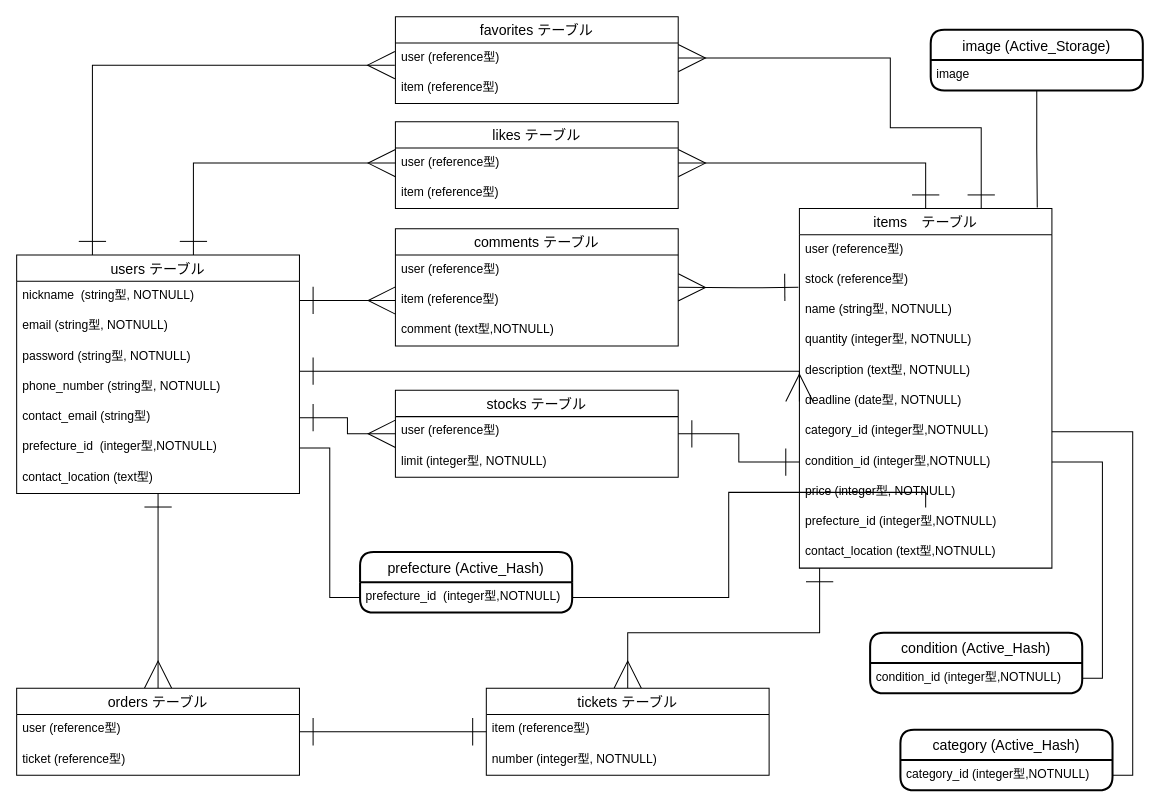
Above: page "ER図" (2 of 3) of jimoshare.dio in Y-h-tomo/jimoshare (draw.io), before the change. Source tidied: cells renumbered, new cells numbered last; positions are measured from the earlier drawing's top-left corner, leaving out a move shared by most shapes. Both pictures are drawn from the tidied source at 101%, with x=0, y=0 at pixel (16, 16).
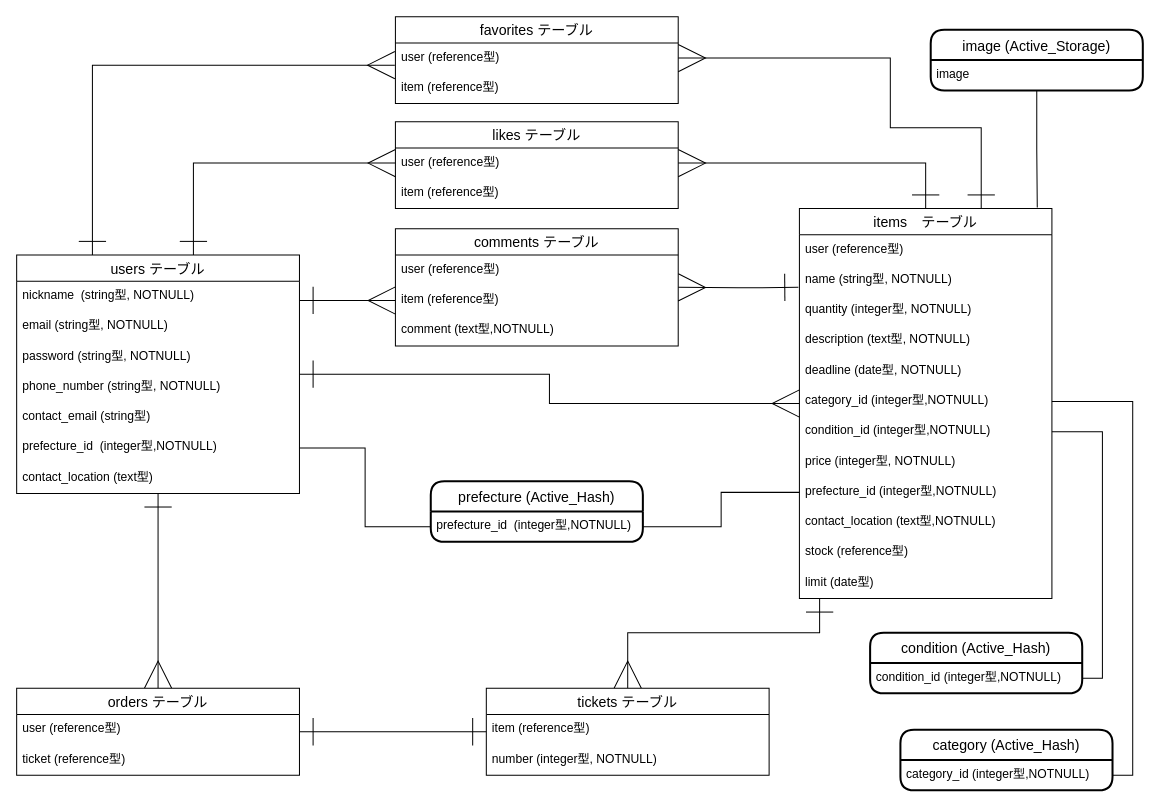
The same page after the edit.

Unchanged cells that the change refers to:
```xml
<mxCell id="5" value="users テーブル" style="swimlane;fontStyle=0;horizontal=1;startSize=26;align=center;fontSize=14;" parent="1" vertex="1">
  <mxGeometry y="236" width="280" height="236" as="geometry" />
</mxCell>
<mxCell id="10" value="contact_email (string型)" style="text;strokeColor=none;fillColor=none;spacingLeft=4;spacingRight=4;overflow=hidden;points=[[0,0.5],[1,0.5]];portConstraint=eastwest;fontSize=12;" parent="5" vertex="1">
  <mxGeometry y="146" width="280" height="30" as="geometry" />
</mxCell>
<mxCell id="14" value="prefecture_id  (integer型,NOTNULL)" style="text;strokeColor=none;fillColor=none;spacingLeft=4;spacingRight=4;overflow=hidden;points=[[0,0.5],[1,0.5]];portConstraint=eastwest;fontSize=12;" parent="13" vertex="1">
  <mxGeometry y="30" width="210" height="30" as="geometry" />
</mxCell>
```

Diff of the diagram source:
```diff
@@
-    <mxCell id="3" style="edgeStyle=orthogonalEdgeStyle;rounded=0;jettySize=auto;html=1;startArrow=ERone;startFill=0;startSize=25;endArrow=ERmany;endFill=0;endSize=25;exitX=1;exitY=0.5;exitDx=0;exitDy=0;" parent="1" edge="1" source="10" target="48">
-      <mxGeometry relative="1" as="geometry" />
-    </mxCell>
-    <mxCell id="4" style="edgeStyle=orthogonalEdgeStyle;rounded=0;jettySize=auto;html=1;entryX=0;entryY=0.5;entryDx=0;entryDy=0;startArrow=ERone;startFill=0;startSize=25;endArrow=ERmany;endFill=0;endSize=25;" parent="1" edge="1" source="5" target="26">
-      <mxGeometry relative="1" as="geometry">
-        <Array as="points">
-          <mxPoint x="395" y="351" />
-          <mxPoint x="395" y="351" />
-        </Array>
-      </mxGeometry>
+    <mxCell id="4" style="edgeStyle=orthogonalEdgeStyle;rounded=0;jettySize=auto;html=1;startArrow=ERone;startFill=0;startSize=25;endArrow=ERmany;endFill=0;endSize=25;" parent="1" edge="1" source="5" target="20">
+      <mxGeometry relative="1" as="geometry" />
     </mxCell>
@@
     <mxCell id="13" value="prefecture (Active_Hash)" style="swimlane;horizontal=1;startSize=30;rounded=1;fontSize=14;fontStyle=0;strokeWidth=2;shadow=0;dashed=0;align=center;" parent="1" vertex="1">
-      <mxGeometry x="340" y="530" width="210" height="60" as="geometry" />
+      <mxGeometry x="410" y="460" width="210" height="60" as="geometry" />
     </mxCell>
@@
-    <mxCell id="18" style="edgeStyle=orthogonalEdgeStyle;rounded=0;jettySize=auto;html=1;startArrow=ERone;startFill=0;startSize=25;endArrow=ERone;endFill=0;endSize=25;exitX=0;exitY=0.5;exitDx=0;exitDy=0;" parent="1" edge="1" source="28" target="48">
-      <mxGeometry relative="1" as="geometry" />
-    </mxCell>
@@
     <mxCell id="20" value="items　テーブル" style="swimlane;fontStyle=0;horizontal=1;startSize=26;align=center;fontSize=14;" parent="1" vertex="1">
-      <mxGeometry x="775" y="190" width="250" height="356" as="geometry" />
+      <mxGeometry x="775" y="190" width="250" height="386" as="geometry" />
     </mxCell>
@@
-    <mxCell id="22" value="stock (reference型)" style="text;strokeColor=none;fillColor=none;spacingLeft=4;spacingRight=4;overflow=hidden;fontSize=12;" parent="20" vertex="1">
-      <mxGeometry y="56" width="250" height="30" as="geometry" />
-    </mxCell>
     <mxCell id="23" value="name (string型, NOTNULL)" style="text;strokeColor=none;fillColor=none;spacingLeft=4;spacingRight=4;overflow=hidden;fontSize=12;" parent="20" vertex="1">
-      <mxGeometry y="86" width="250" height="30" as="geometry" />
+      <mxGeometry y="56" width="250" height="30" as="geometry" />
     </mxCell>
     <mxCell id="24" value="quantity (integer型, NOTNULL)" style="text;strokeColor=none;fillColor=none;spacingLeft=4;spacingRight=4;overflow=hidden;fontSize=12;" parent="20" vertex="1">
-      <mxGeometry y="116" width="250" height="30" as="geometry" />
+      <mxGeometry y="86" width="250" height="30" as="geometry" />
     </mxCell>
     <mxCell id="25" value="description (text型, NOTNULL)" style="text;strokeColor=none;fillColor=none;spacingLeft=4;spacingRight=4;overflow=hidden;fontSize=12;" parent="20" vertex="1">
-      <mxGeometry y="146" width="250" height="30" as="geometry" />
+      <mxGeometry y="116" width="250" height="30" as="geometry" />
     </mxCell>
     <mxCell id="26" value="deadline (date型, NOTNULL)" style="text;strokeColor=none;fillColor=none;spacingLeft=4;spacingRight=4;overflow=hidden;points=[[0,0.5],[1,0.5]];portConstraint=eastwest;fontSize=12;" parent="20" vertex="1">
-      <mxGeometry y="176" width="250" height="30" as="geometry" />
+      <mxGeometry y="146" width="250" height="30" as="geometry" />
     </mxCell>
     <mxCell id="27" value="category_id (integer型,NOTNULL)" style="text;strokeColor=none;fillColor=none;spacingLeft=4;spacingRight=4;overflow=hidden;points=[[0,0.5],[1,0.5]];portConstraint=eastwest;fontSize=12;" parent="20" vertex="1">
-      <mxGeometry y="206" width="250" height="30" as="geometry" />
+      <mxGeometry y="176" width="250" height="30" as="geometry" />
     </mxCell>
     <mxCell id="28" value="condition_id (integer型,NOTNULL)" style="text;strokeColor=none;fillColor=none;spacingLeft=4;spacingRight=4;overflow=hidden;points=[[0,0.5],[1,0.5]];portConstraint=eastwest;fontSize=12;" parent="20" vertex="1">
-      <mxGeometry y="236" width="250" height="30" as="geometry" />
+      <mxGeometry y="206" width="250" height="30" as="geometry" />
     </mxCell>
     <mxCell id="29" value="price (integer型, NOTNULL)" style="text;strokeColor=none;fillColor=none;spacingLeft=4;spacingRight=4;overflow=hidden;fontSize=12;" parent="20" vertex="1">
-      <mxGeometry y="266" width="250" height="30" as="geometry" />
+      <mxGeometry y="236" width="250" height="30" as="geometry" />
     </mxCell>
     <mxCell id="30" value="prefecture_id (integer型,NOTNULL)" style="text;strokeColor=none;fillColor=none;spacingLeft=4;spacingRight=4;overflow=hidden;points=[[0,0.5],[1,0.5]];portConstraint=eastwest;fontSize=12;" parent="20" vertex="1">
-      <mxGeometry y="296" width="250" height="30" as="geometry" />
+      <mxGeometry y="266" width="250" height="30" as="geometry" />
     </mxCell>
     <mxCell id="31" value="contact_location (text型,NOTNULL)" style="text;strokeColor=none;fillColor=none;spacingLeft=4;spacingRight=4;overflow=hidden;fontSize=12;" parent="20" vertex="1">
-      <mxGeometry y="326" width="250" height="30" as="geometry" />
+      <mxGeometry y="296" width="250" height="30" as="geometry" />
     </mxCell>
+    <mxCell id="22" value="stock (reference型)" style="text;strokeColor=none;fillColor=none;spacingLeft=4;spacingRight=4;overflow=hidden;fontSize=12;" parent="20" vertex="1">
+      <mxGeometry y="326" width="250" height="30" as="geometry" />
+    </mxCell>
+    <mxCell id="66" value="limit (date型)" style="text;strokeColor=none;fillColor=none;spacingLeft=4;spacingRight=4;overflow=hidden;fontSize=12;" parent="20" vertex="1">
+      <mxGeometry y="356" width="250" height="30" as="geometry" />
+    </mxCell>
@@
-    <mxCell id="48" value="stocks テーブル" style="swimlane;fontStyle=0;horizontal=1;startSize=26;align=center;fontSize=14;" parent="1" vertex="1">
-      <mxGeometry x="375" y="370" width="280" height="86" as="geometry" />
-    </mxCell>
-    <mxCell id="49" value="user (reference型)" style="text;strokeColor=none;fillColor=none;spacingLeft=4;spacingRight=4;overflow=hidden;fontSize=12;" parent="48" vertex="1">
-      <mxGeometry y="26" width="280" height="30" as="geometry" />
-    </mxCell>
-    <mxCell id="50" value="limit (integer型, NOTNULL)" style="text;strokeColor=none;fillColor=none;spacingLeft=4;spacingRight=4;overflow=hidden;fontSize=12;" parent="48" vertex="1">
-      <mxGeometry y="56" width="280" height="30" as="geometry" />
-    </mxCell>
@@
-    <mxCell id="65" style="edgeStyle=orthogonalEdgeStyle;rounded=0;jettySize=auto;html=1;entryX=1;entryY=0.5;entryDx=0;entryDy=0;startArrow=none;startFill=0;startSize=25;endArrow=none;endFill=0;endSize=25;" parent="1" edge="1" source="30" target="14">
-      <mxGeometry relative="1" as="geometry">
-        <Array as="points">
-          <mxPoint x="705" y="471" />
-          <mxPoint x="705" y="575" />
-        </Array>
-      </mxGeometry>
-    </mxCell>
+    <mxCell id="67" style="edgeStyle=orthogonalEdgeStyle;rounded=0;jettySize=auto;html=1;entryX=0;entryY=0.5;entryDx=0;entryDy=0;endArrow=none;endFill=0;" parent="1" edge="1" source="14" target="30">
+      <mxGeometry relative="1" as="geometry" />
+    </mxCell>
```
